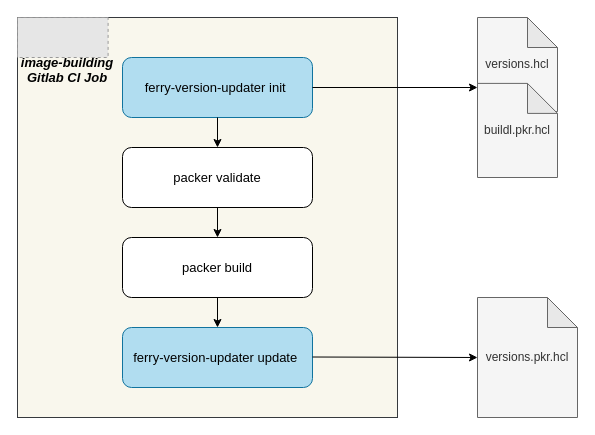
This is ferry-version-updater.drawio from YanshanSong/draw.io, a draw.io file, before an edit. Source tidied: cells renumbered, new cells numbered last; positions are measured from the earlier drawing's top-left corner, leaving out a move shared by most shapes. Both pictures are drawn from the tidied source at 100%, with x=0, y=0 at pixel (17, 17). Pictures stored in the file or linked from it are replaced by grey dashed boxes.
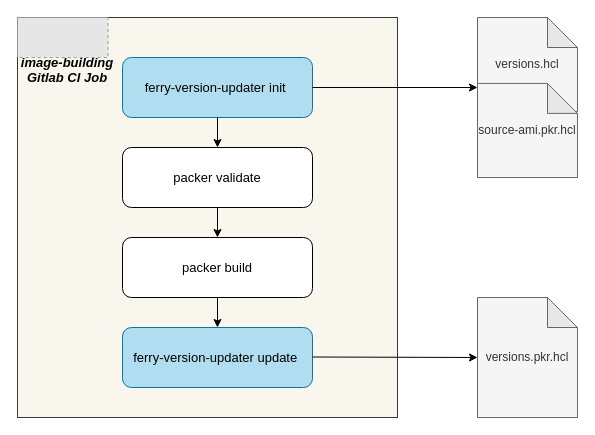
The same diagram, later.

The edit, as a diff of the source:
```diff
@@
 <mxGraphModel>
   <root>
     <mxCell id="0" />
     <mxCell id="1" parent="0" />
     <mxCell id="2" style="rounded=0;whiteSpace=wrap;html=1;fillColor=#f9f7ed;strokeColor=#36393d;" parent="1" vertex="1">
       <mxGeometry width="380" height="400" as="geometry" />
     </mxCell>
     <mxCell id="3" value="ferry-version-updater init&amp;nbsp;" style="rounded=1;whiteSpace=wrap;html=1;fillColor=#b1ddf0;strokeColor=#10739e;fontSize=13;" parent="1" vertex="1">
       <mxGeometry x="105" y="40" width="190" height="60" as="geometry" />
     </mxCell>
     <mxCell id="4" value="packer validate" style="rounded=1;whiteSpace=wrap;html=1;fontSize=13;" parent="1" vertex="1">
       <mxGeometry x="105" y="130" width="190" height="60" as="geometry" />
     </mxCell>
     <mxCell id="5" value="packer build" style="rounded=1;whiteSpace=wrap;html=1;fontSize=13;" parent="1" vertex="1">
       <mxGeometry x="105" y="220" width="190" height="60" as="geometry" />
     </mxCell>
     <mxCell id="6" value="ferry-version-updater update&amp;nbsp;" style="rounded=1;whiteSpace=wrap;html=1;fillColor=#b1ddf0;strokeColor=#10739e;fontSize=13;" parent="1" vertex="1">
       <mxGeometry x="105" y="310" width="190" height="60" as="geometry" />
     </mxCell>
     <mxCell id="7" style="fillColor=#E6E6E6;strokeColor=#999999;dashed=1;verticalLabelPosition=bottom;labelBackgroundColor=default;verticalAlign=top;" parent="1" vertex="1">
       <mxGeometry width="90.6" height="40" as="geometry" />
     </mxCell>
     <mxCell id="8" value="&lt;br style=&quot;font-size: 13px;&quot;&gt;image-building&lt;br style=&quot;font-size: 13px;&quot;&gt;Gitlab CI Job" style="text;html=1;strokeColor=none;fillColor=none;align=center;verticalAlign=middle;whiteSpace=wrap;rounded=0;fontSize=13;fontStyle=3;" parent="1" vertex="1">
       <mxGeometry y="30" width="100" height="30" as="geometry" />
     </mxCell>
     <mxCell id="9" style="group;" parent="1" vertex="1">
-      <mxGeometry x="460" width="80" height="160" as="geometry" />
+      <mxGeometry x="460" width="100" height="160" as="geometry" />
     </mxCell>
     <mxCell id="10" value="versions.hcl" style="shape=note;whiteSpace=wrap;html=1;backgroundOutline=1;darkOpacity=0.05;fillColor=#f5f5f5;fontColor=#333333;strokeColor=#666666;" parent="9" vertex="1">
-      <mxGeometry width="80" height="94.1" as="geometry" />
+      <mxGeometry width="100" height="94.1" as="geometry" />
     </mxCell>
-    <mxCell id="11" value="buildl.pkr.hcl" style="shape=note;whiteSpace=wrap;html=1;backgroundOutline=1;darkOpacity=0.05;fillColor=#f5f5f5;fontColor=#333333;strokeColor=#666666;" parent="9" vertex="1">
-      <mxGeometry y="65.9" width="80" height="94.1" as="geometry" />
+    <mxCell id="11" value="source-ami.pkr.hcl" style="shape=note;whiteSpace=wrap;html=1;backgroundOutline=1;darkOpacity=0.05;fillColor=#f5f5f5;fontColor=#333333;strokeColor=#666666;" parent="9" vertex="1">
+      <mxGeometry y="65.9" width="100" height="94.1" as="geometry" />
     </mxCell>
     <mxCell id="12" style="endArrow=classic;html=1;rounded=0;" parent="1" edge="1">
       <mxGeometry relative="1" as="geometry">
         <mxPoint x="295" y="70" as="sourcePoint" />
         <mxPoint x="460" y="70" as="targetPoint" />
       </mxGeometry>
     </mxCell>
     <mxCell id="13" value="versions.pkr.hcl" style="shape=note;whiteSpace=wrap;html=1;backgroundOutline=1;darkOpacity=0.05;fillColor=#f5f5f5;strokeColor=#666666;fontColor=#333333;" parent="1" vertex="1">
       <mxGeometry x="460" y="280" width="100" height="120" as="geometry" />
     </mxCell>
     <mxCell id="14" style="endArrow=classic;html=1;rounded=0;exitX=1;exitY=0.5;exitDx=0;exitDy=0;entryX=0;entryY=0.5;entryDx=0;entryDy=0;entryPerimeter=0;" parent="1" edge="1" target="13">
       <mxGeometry relative="1" as="geometry">
         <mxPoint x="295" y="339.5" as="sourcePoint" />
       </mxGeometry>
     </mxCell>
     <mxCell id="15" style="endArrow=classic;html=1;rounded=0;exitX=0.5;exitY=1;exitDx=0;exitDy=0;entryX=0.5;entryY=0;entryDx=0;entryDy=0;" parent="1" edge="1" source="3" target="4">
       <mxGeometry relative="1" as="geometry" />
     </mxCell>
     <mxCell id="16" style="endArrow=classic;html=1;rounded=0;exitX=0.5;exitY=1;exitDx=0;exitDy=0;" parent="1" edge="1" source="4" target="5">
       <mxGeometry relative="1" as="geometry" />
     </mxCell>
     <mxCell id="17" style="endArrow=classic;html=1;rounded=0;exitX=0.5;exitY=1;exitDx=0;exitDy=0;entryX=0.5;entryY=0;entryDx=0;entryDy=0;" parent="1" edge="1" source="5" target="6">
       <mxGeometry relative="1" as="geometry" />
     </mxCell>
   </root>
 </mxGraphModel>
```
